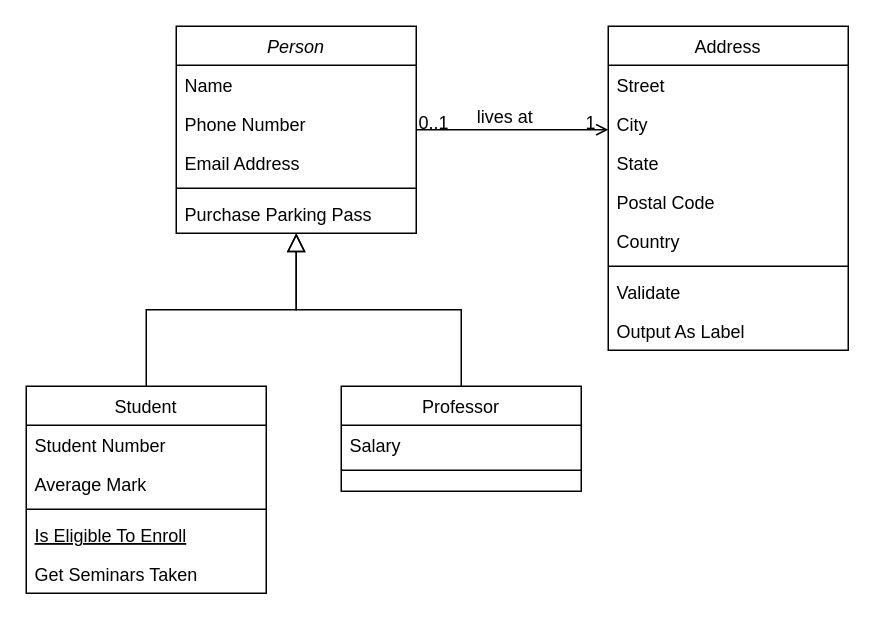
The draw.io diagram MachineLearning.drawio in GabeLack/Machine-Learning-App, before the edit. Source tidied: cells renumbered, new cells numbered last; positions are measured from the earlier drawing's top-left corner, leaving out a move shared by most shapes. Both pictures are drawn from the tidied source at 150%, with x=0, y=0 at pixel (26, 26).
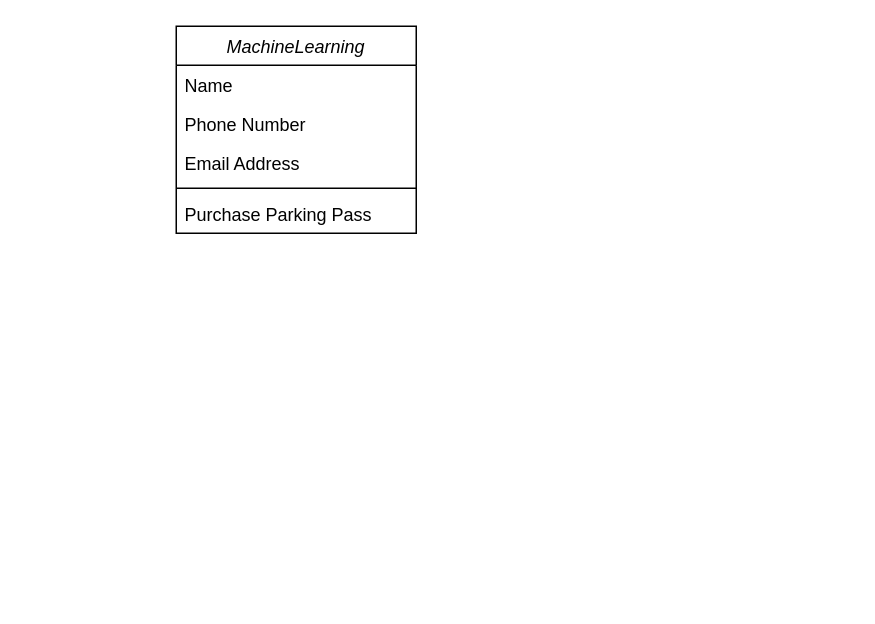
The same page after the edit.

Diff of the diagram source:
```diff
@@
-    <mxCell id="2" value="Person" style="swimlane;fontStyle=2;align=center;verticalAlign=top;horizontal=1;startSize=26;rounded=0;shadow=0;strokeWidth=1;" parent="1" vertex="1">
+    <mxCell id="2" value="MachineLearning" style="swimlane;fontStyle=2;align=center;verticalAlign=top;horizontal=1;startSize=26;rounded=0;shadow=0;strokeWidth=1;" parent="1" vertex="1">
       <mxGeometry x="100" width="160" height="138" as="geometry" />
     </mxCell>
@@
-    <mxCell id="8" value="Student" style="swimlane;fontStyle=0;align=center;verticalAlign=top;horizontal=1;startSize=26;rounded=0;shadow=0;strokeWidth=1;" parent="1" vertex="1">
-      <mxGeometry y="240" width="160" height="138" as="geometry" />
-    </mxCell>
-    <mxCell id="9" value="Student Number" style="text;align=left;verticalAlign=top;spacingLeft=4;spacingRight=4;overflow=hidden;" parent="8" vertex="1">
-      <mxGeometry y="26" width="160" height="26" as="geometry" />
-    </mxCell>
-    <mxCell id="10" value="Average Mark" style="text;align=left;verticalAlign=top;spacingLeft=4;spacingRight=4;overflow=hidden;rounded=0;shadow=0;html=0;" parent="8" vertex="1">
-      <mxGeometry y="52" width="160" height="26" as="geometry" />
-    </mxCell>
-    <mxCell id="11" style="line;html=1;strokeWidth=1;align=left;verticalAlign=middle;spacingTop=-1;spacingLeft=3;spacingRight=3;labelPosition=right;" parent="8" vertex="1">
-      <mxGeometry y="78" width="160" height="8" as="geometry" />
-    </mxCell>
-    <mxCell id="12" value="Is Eligible To Enroll" style="text;align=left;verticalAlign=top;spacingLeft=4;spacingRight=4;overflow=hidden;fontStyle=4;" parent="8" vertex="1">
-      <mxGeometry y="86" width="160" height="26" as="geometry" />
-    </mxCell>
-    <mxCell id="13" value="Get Seminars Taken" style="text;align=left;verticalAlign=top;spacingLeft=4;spacingRight=4;overflow=hidden;" parent="8" vertex="1">
-      <mxGeometry y="112" width="160" height="26" as="geometry" />
-    </mxCell>
-    <mxCell id="14" style="endArrow=block;endSize=10;endFill=0;shadow=0;strokeWidth=1;rounded=0;curved=0;edgeStyle=elbowEdgeStyle;elbow=vertical;" parent="1" edge="1" source="8" target="2">
-      <mxGeometry relative="1" as="geometry" />
-    </mxCell>
-    <mxCell id="15" value="Professor" style="swimlane;fontStyle=0;align=center;verticalAlign=top;horizontal=1;startSize=26;rounded=0;shadow=0;strokeWidth=1;" parent="1" vertex="1">
-      <mxGeometry x="210" y="240" width="160" height="70" as="geometry" />
-    </mxCell>
-    <mxCell id="16" value="Salary" style="text;align=left;verticalAlign=top;spacingLeft=4;spacingRight=4;overflow=hidden;" parent="15" vertex="1">
-      <mxGeometry y="26" width="160" height="26" as="geometry" />
-    </mxCell>
-    <mxCell id="17" style="line;html=1;strokeWidth=1;align=left;verticalAlign=middle;spacingTop=-1;spacingLeft=3;spacingRight=3;labelPosition=right;" parent="15" vertex="1">
-      <mxGeometry y="52" width="160" height="8" as="geometry" />
-    </mxCell>
-    <mxCell id="18" style="endArrow=block;endSize=10;endFill=0;shadow=0;strokeWidth=1;rounded=0;curved=0;edgeStyle=elbowEdgeStyle;elbow=vertical;" parent="1" edge="1" source="15" target="2">
-      <mxGeometry relative="1" as="geometry" />
-    </mxCell>
-    <mxCell id="19" value="Address" style="swimlane;fontStyle=0;align=center;verticalAlign=top;horizontal=1;startSize=26;rounded=0;shadow=0;strokeWidth=1;" parent="1" vertex="1">
-      <mxGeometry x="388" width="160" height="216" as="geometry" />
-    </mxCell>
-    <mxCell id="20" value="Street" style="text;align=left;verticalAlign=top;spacingLeft=4;spacingRight=4;overflow=hidden;" parent="19" vertex="1">
-      <mxGeometry y="26" width="160" height="26" as="geometry" />
-    </mxCell>
-    <mxCell id="21" value="City" style="text;align=left;verticalAlign=top;spacingLeft=4;spacingRight=4;overflow=hidden;rounded=0;shadow=0;html=0;" parent="19" vertex="1">
-      <mxGeometry y="52" width="160" height="26" as="geometry" />
-    </mxCell>
-    <mxCell id="22" value="State" style="text;align=left;verticalAlign=top;spacingLeft=4;spacingRight=4;overflow=hidden;rounded=0;shadow=0;html=0;" parent="19" vertex="1">
-      <mxGeometry y="78" width="160" height="26" as="geometry" />
-    </mxCell>
-    <mxCell id="23" value="Postal Code" style="text;align=left;verticalAlign=top;spacingLeft=4;spacingRight=4;overflow=hidden;rounded=0;shadow=0;html=0;" parent="19" vertex="1">
-      <mxGeometry y="104" width="160" height="26" as="geometry" />
-    </mxCell>
-    <mxCell id="24" value="Country" style="text;align=left;verticalAlign=top;spacingLeft=4;spacingRight=4;overflow=hidden;rounded=0;shadow=0;html=0;" parent="19" vertex="1">
-      <mxGeometry y="130" width="160" height="26" as="geometry" />
-    </mxCell>
-    <mxCell id="25" style="line;html=1;strokeWidth=1;align=left;verticalAlign=middle;spacingTop=-1;spacingLeft=3;spacingRight=3;labelPosition=right;" parent="19" vertex="1">
-      <mxGeometry y="156" width="160" height="8" as="geometry" />
-    </mxCell>
-    <mxCell id="26" value="Validate" style="text;align=left;verticalAlign=top;spacingLeft=4;spacingRight=4;overflow=hidden;" parent="19" vertex="1">
-      <mxGeometry y="164" width="160" height="26" as="geometry" />
-    </mxCell>
-    <mxCell id="27" value="Output As Label" style="text;align=left;verticalAlign=top;spacingLeft=4;spacingRight=4;overflow=hidden;" parent="19" vertex="1">
-      <mxGeometry y="190" width="160" height="26" as="geometry" />
-    </mxCell>
-    <mxCell id="28" style="endArrow=open;shadow=0;strokeWidth=1;rounded=0;curved=0;endFill=1;edgeStyle=elbowEdgeStyle;elbow=vertical;" parent="1" edge="1" source="2" target="19">
-      <mxGeometry x="0.5" y="41" relative="1" as="geometry">
-        <mxPoint x="-40" y="32" as="offset" />
-      </mxGeometry>
-    </mxCell>
-    <mxCell id="29" value="0..1" style="align=left;verticalAlign=bottom;labelBackgroundColor=none;fontSize=12;" parent="28" vertex="1">
-      <mxGeometry x="-1" relative="1" as="geometry">
-        <mxPoint y="4" as="offset" />
-      </mxGeometry>
-    </mxCell>
-    <mxCell id="30" value="1" style="align=right;verticalAlign=bottom;labelBackgroundColor=none;fontSize=12;" parent="28" vertex="1">
-      <mxGeometry x="1" relative="1" as="geometry">
-        <mxPoint x="-7" y="4" as="offset" />
-      </mxGeometry>
-    </mxCell>
-    <mxCell id="31" value="lives at" style="text;html=1;align=center;verticalAlign=middle;labelBackgroundColor=none;rounded=0;shadow=0;strokeWidth=1;fontSize=12;" parent="28" vertex="1">
-      <mxGeometry x="0.5" y="49" relative="1" as="geometry">
-        <mxPoint x="-38" y="40" as="offset" />
-      </mxGeometry>
-    </mxCell>
```
